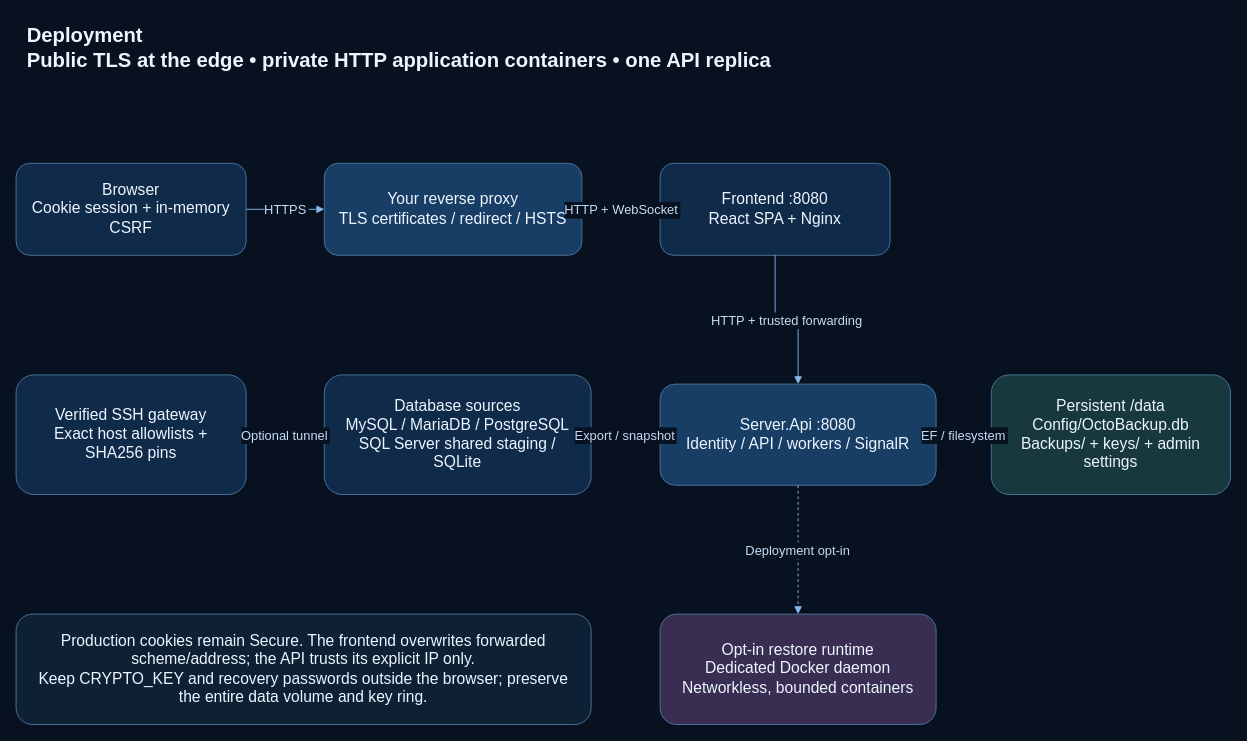
Above: page "Deployment" (1 of 3) of docs/diagrams/ServiceLogicProject.drawio in Lewan24/OctoBackup (draw.io), before the change. Source tidied: cells renumbered, new cells numbered last; positions are measured from the earlier drawing's top-left corner, leaving out a move shared by most shapes. Both pictures are drawn from the tidied source at 92%, with x=0, y=0 at pixel (16, 16).
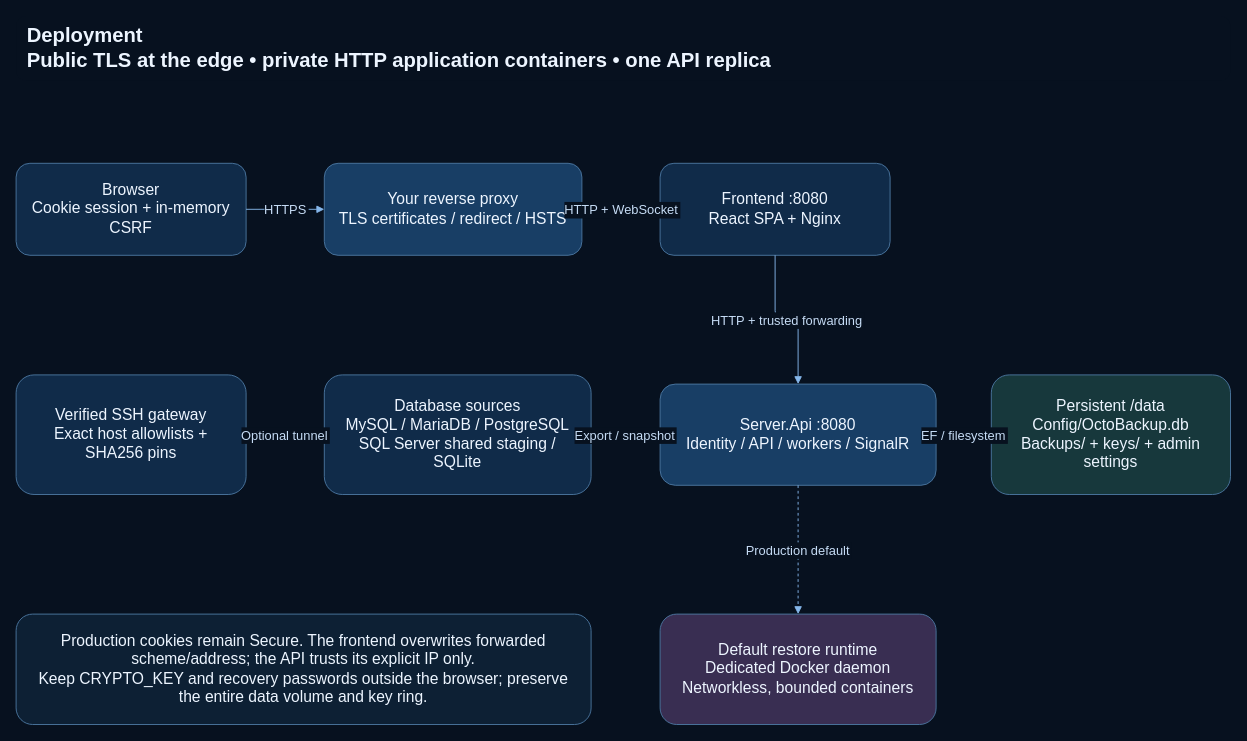
The same diagram, later.

The edit, as a diff of the source:
```diff
@@
 <mxGraphModel background="#07111f">
   <root>
     <mxCell id="0" />
     <mxCell id="1" parent="0" />
     <mxCell id="2" value="Deployment&#10;Public TLS at the edge • private HTTP application containers • one API replica" style="rounded=1;whiteSpace=wrap;html=0;fillColor=#07111f;strokeColor=#4c77a1;fontColor=#edf5ff;fontSize=22;fontFamily=Helvetica;spacing=12;strokeColor=none;align=left;fontStyle=1;" parent="1" vertex="1">
       <mxGeometry width="1320" height="70" as="geometry" />
     </mxCell>
     <mxCell id="3" value="Browser&#10;Cookie session + in-memory CSRF" style="rounded=1;whiteSpace=wrap;html=0;fillColor=#102b49;strokeColor=#4c77a1;fontColor=#edf5ff;fontSize=17;fontFamily=Helvetica;spacing=12;" parent="1" vertex="1">
       <mxGeometry y="160" width="250" height="100" as="geometry" />
     </mxCell>
     <mxCell id="4" value="Your reverse proxy&#10;TLS certificates / redirect / HSTS" style="rounded=1;whiteSpace=wrap;html=0;fillColor=#183e65;strokeColor=#4c77a1;fontColor=#edf5ff;fontSize=17;fontFamily=Helvetica;spacing=12;" parent="1" vertex="1">
       <mxGeometry x="335" y="160" width="280" height="100" as="geometry" />
     </mxCell>
     <mxCell id="5" value="Frontend :8080&#10;React SPA + Nginx" style="rounded=1;whiteSpace=wrap;html=0;fillColor=#102b49;strokeColor=#4c77a1;fontColor=#edf5ff;fontSize=17;fontFamily=Helvetica;spacing=12;" parent="1" vertex="1">
       <mxGeometry x="700" y="160" width="250" height="100" as="geometry" />
     </mxCell>
     <mxCell id="6" value="Server.Api :8080&#10;Identity / API / workers / SignalR" style="rounded=1;whiteSpace=wrap;html=0;fillColor=#183e65;strokeColor=#4c77a1;fontColor=#edf5ff;fontSize=17;fontFamily=Helvetica;spacing=12;" parent="1" vertex="1">
       <mxGeometry x="700" y="400" width="300" height="110" as="geometry" />
     </mxCell>
     <mxCell id="7" value="Persistent /data&#10;Config/OctoBackup.db&#10;Backups/ + keys/ + admin settings" style="rounded=1;whiteSpace=wrap;html=0;fillColor=#17383c;strokeColor=#4c77a1;fontColor=#edf5ff;fontSize=17;fontFamily=Helvetica;spacing=12;" parent="1" vertex="1">
       <mxGeometry x="1060" y="390" width="260" height="130" as="geometry" />
     </mxCell>
     <mxCell id="8" value="Database sources&#10;MySQL / MariaDB / PostgreSQL&#10;SQL Server shared staging / SQLite" style="rounded=1;whiteSpace=wrap;html=0;fillColor=#102b49;strokeColor=#4c77a1;fontColor=#edf5ff;fontSize=17;fontFamily=Helvetica;spacing=12;" parent="1" vertex="1">
       <mxGeometry x="335" y="390" width="290" height="130" as="geometry" />
     </mxCell>
     <mxCell id="9" value="Verified SSH gateway&#10;Exact host allowlists + SHA256 pins" style="rounded=1;whiteSpace=wrap;html=0;fillColor=#102b49;strokeColor=#4c77a1;fontColor=#edf5ff;fontSize=17;fontFamily=Helvetica;spacing=12;" parent="1" vertex="1">
       <mxGeometry y="390" width="250" height="130" as="geometry" />
     </mxCell>
-    <mxCell id="10" value="Opt-in restore runtime&#10;Dedicated Docker daemon&#10;Networkless, bounded containers" style="rounded=1;whiteSpace=wrap;html=0;fillColor=#392e52;strokeColor=#4c77a1;fontColor=#edf5ff;fontSize=17;fontFamily=Helvetica;spacing=12;" parent="1" vertex="1">
+    <mxCell id="10" value="Default restore runtime&#10;Dedicated Docker daemon&#10;Networkless, bounded containers" style="rounded=1;whiteSpace=wrap;html=0;fillColor=#392e52;strokeColor=#4c77a1;fontColor=#edf5ff;fontSize=17;fontFamily=Helvetica;spacing=12;" parent="1" vertex="1">
       <mxGeometry x="700" y="650" width="300" height="120" as="geometry" />
     </mxCell>
     <mxCell id="11" value="Production cookies remain Secure. The frontend overwrites forwarded scheme/address; the API trusts its explicit IP only.&#10;Keep CRYPTO_KEY and recovery passwords outside the browser; preserve the entire data volume and key ring." style="rounded=1;whiteSpace=wrap;html=0;fillColor=#0d2034;strokeColor=#4c77a1;fontColor=#edf5ff;fontSize=17;fontFamily=Helvetica;spacing=12;" parent="1" vertex="1">
       <mxGeometry y="650" width="625" height="120" as="geometry" />
     </mxCell>
     <mxCell id="12" value="HTTPS" style="edgeStyle=orthogonalEdgeStyle;rounded=1;html=0;endArrow=block;strokeColor=#86b8ec;fontColor=#c6dcf5;fontSize=14;labelBackgroundColor=#07111f;" parent="1" edge="1" source="3" target="4">
       <mxGeometry relative="1" as="geometry" />
     </mxCell>
     <mxCell id="13" value="HTTP + WebSocket" style="edgeStyle=orthogonalEdgeStyle;rounded=1;html=0;endArrow=block;strokeColor=#86b8ec;fontColor=#c6dcf5;fontSize=14;labelBackgroundColor=#07111f;" parent="1" edge="1" source="4" target="5">
       <mxGeometry relative="1" as="geometry" />
     </mxCell>
     <mxCell id="14" value="HTTP + trusted forwarding" style="edgeStyle=orthogonalEdgeStyle;rounded=1;html=0;endArrow=block;strokeColor=#86b8ec;fontColor=#c6dcf5;fontSize=14;labelBackgroundColor=#07111f;" parent="1" edge="1" source="5" target="6">
       <mxGeometry relative="1" as="geometry" />
     </mxCell>
     <mxCell id="15" value="EF / filesystem" style="edgeStyle=orthogonalEdgeStyle;rounded=1;html=0;endArrow=block;strokeColor=#86b8ec;fontColor=#c6dcf5;fontSize=14;labelBackgroundColor=#07111f;" parent="1" edge="1" source="6" target="7">
       <mxGeometry relative="1" as="geometry" />
     </mxCell>
     <mxCell id="16" value="Export / snapshot" style="edgeStyle=orthogonalEdgeStyle;rounded=1;html=0;endArrow=block;strokeColor=#86b8ec;fontColor=#c6dcf5;fontSize=14;labelBackgroundColor=#07111f;" parent="1" edge="1" source="6" target="8">
       <mxGeometry relative="1" as="geometry" />
     </mxCell>
     <mxCell id="17" value="Optional tunnel" style="edgeStyle=orthogonalEdgeStyle;rounded=1;html=0;endArrow=block;strokeColor=#86b8ec;fontColor=#c6dcf5;fontSize=14;labelBackgroundColor=#07111f;dashed=1;" parent="1" edge="1" source="8" target="9">
       <mxGeometry relative="1" as="geometry" />
     </mxCell>
-    <mxCell id="18" value="Deployment opt-in" style="edgeStyle=orthogonalEdgeStyle;rounded=1;html=0;endArrow=block;strokeColor=#86b8ec;fontColor=#c6dcf5;fontSize=14;labelBackgroundColor=#07111f;dashed=1;" parent="1" edge="1" source="6" target="10">
+    <mxCell id="18" value="Production default" style="edgeStyle=orthogonalEdgeStyle;rounded=1;html=0;endArrow=block;strokeColor=#86b8ec;fontColor=#c6dcf5;fontSize=14;labelBackgroundColor=#07111f;dashed=1;" parent="1" edge="1" source="6" target="10">
       <mxGeometry relative="1" as="geometry" />
     </mxCell>
   </root>
 </mxGraphModel>
```
